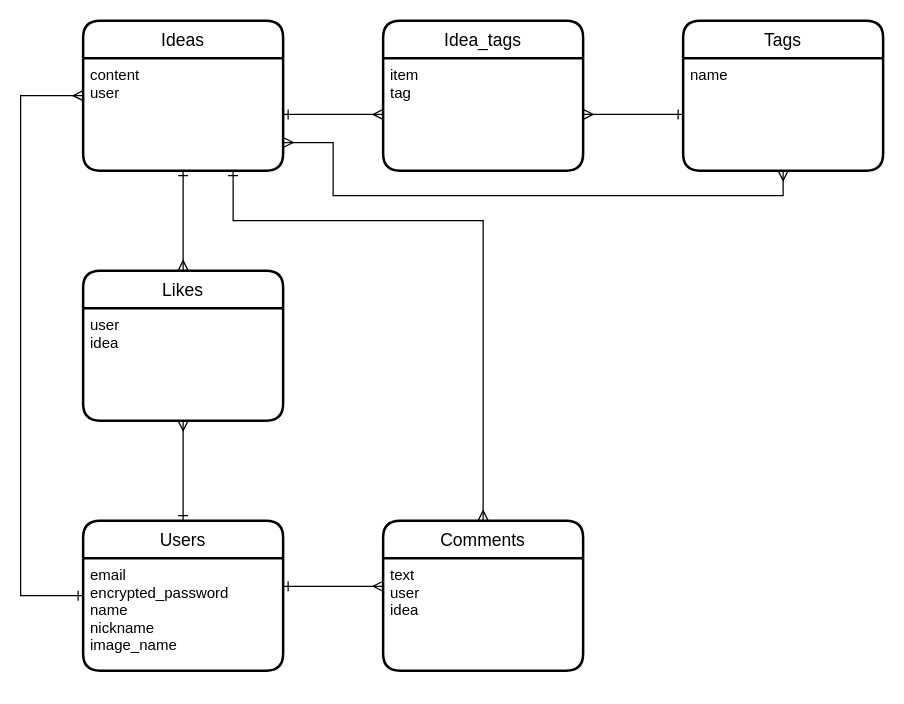
Above: ER.dio in ponsiro/idea-box (draw.io), before the change. Source tidied: cells renumbered, new cells numbered last; positions are measured from the earlier drawing's top-left corner, leaving out a move shared by most shapes. Both pictures are drawn from the tidied source at 125%, with x=0, y=0 at pixel (20, 20).
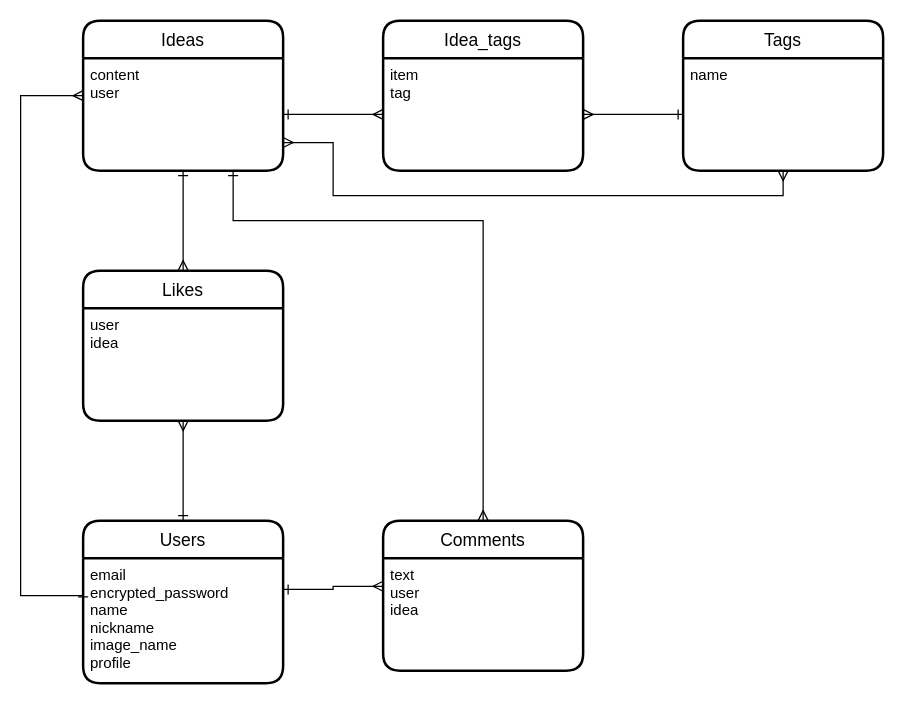
The same page after the edit.

What changed in the source:
```diff
@@
     <mxCell id="8" value="Users" style="swimlane;horizontal=1;startSize=30;rounded=1;fontSize=14;fontStyle=0;strokeWidth=2;shadow=0;dashed=0;align=center;" parent="1" vertex="1">
-      <mxGeometry x="50" y="400" width="160" height="120" as="geometry" />
+      <mxGeometry x="50" y="400" width="160" height="130" as="geometry" />
     </mxCell>
-    <mxCell id="9" value="email&#10;encrypted_password&#10;name&#10;nickname&#10;image_name" style="align=left;strokeColor=none;fillColor=none;spacingLeft=4;fontSize=12;verticalAlign=top;" parent="8" vertex="1">
-      <mxGeometry y="30" width="160" height="90" as="geometry" />
+    <mxCell id="9" value="email&#10;encrypted_password&#10;name&#10;nickname&#10;image_name&#10;profile" style="align=left;strokeColor=none;fillColor=none;spacingLeft=4;fontSize=12;verticalAlign=top;" parent="8" vertex="1">
+      <mxGeometry y="30" width="160" height="100" as="geometry" />
     </mxCell>
```
